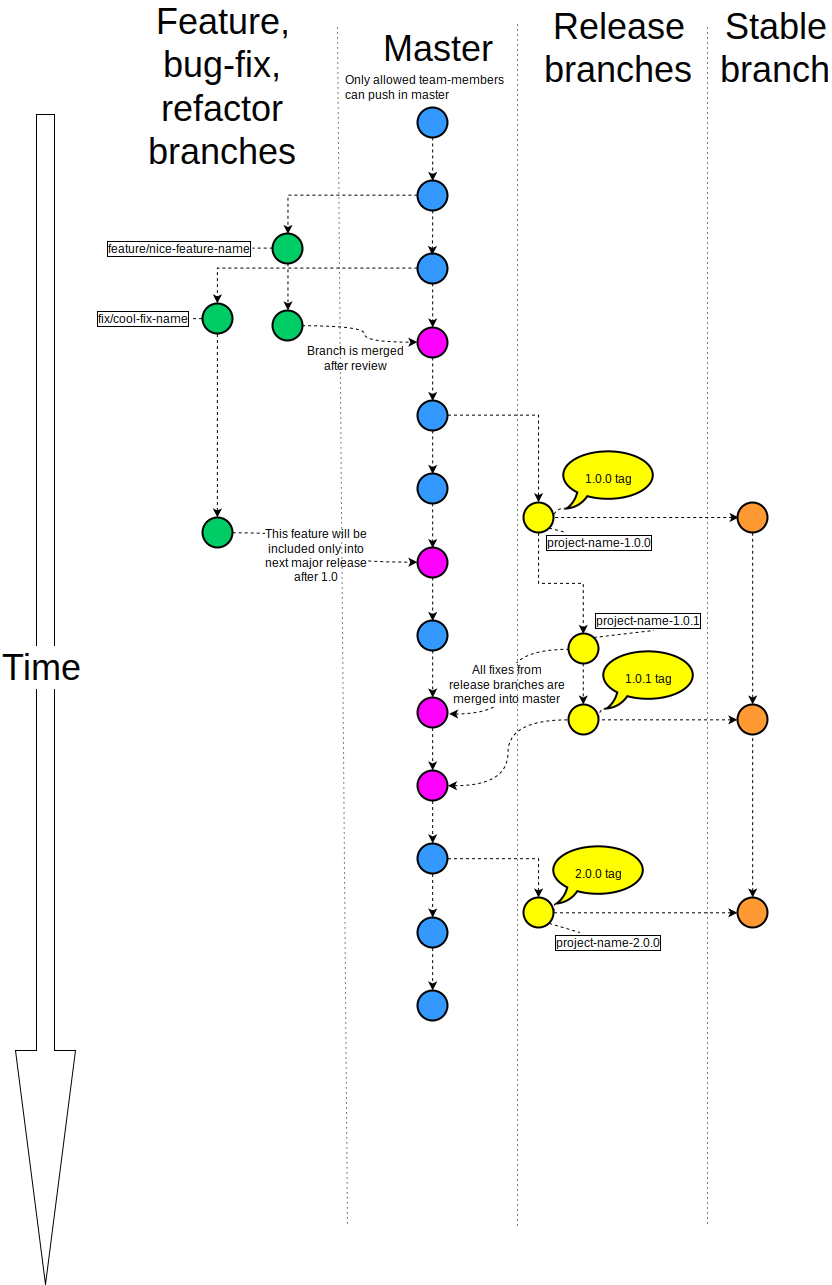
Above: git-flow.png in input-output-hk/cardano-sl-style-guides (draw.io), before the change. Source tidied: cells renumbered, new cells last; positions are measured from the earlier drawing's top-left corner, leaving out a move shared by most shapes.
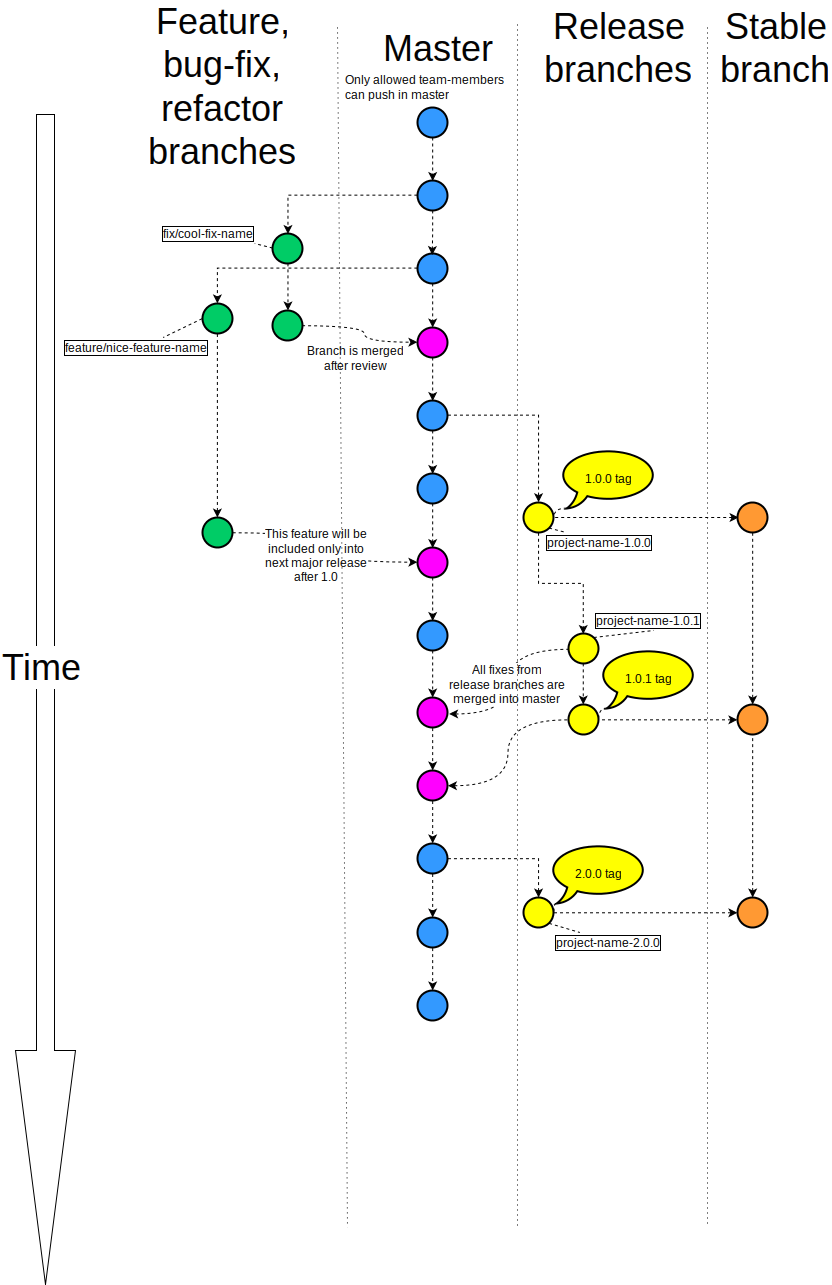
After the change.

Commit message:
git workflow: rename branches on a pic

What changed in the source:
```diff
@@ -227,11 +227,11 @@
     <mxCell id="68" style="edgeStyle=orthogonalEdgeStyle;curved=1;rounded=0;html=1;exitX=0.08;exitY=1;exitPerimeter=0;entryX=1;entryY=0.5;entryPerimeter=0;dashed=1;startArrow=none;startFill=0;endArrow=none;endFill=0;jettySize=auto;fillColor=#FFFF00;" parent="1" edge="1" source="67" target="65">
       <mxGeometry x="518" y="799.3" as="geometry" />
     </mxCell>
-    <mxCell id="69" value="fix/cool-fix-name&lt;br&gt;" style="text;html=1;points=[];align=left;verticalAlign=top;spacingTop=-4;rounded=0;labelBorderColor=#000000;" parent="1" vertex="1">
-      <mxGeometry x="95" y="284" width="95" height="20" as="geometry" />
+    <mxCell id="69" value="feature/nice-feature-name" style="text;html=1;points=[];align=left;verticalAlign=top;spacingTop=-4;rounded=0;labelBorderColor=#000000;" parent="1" vertex="1">
+      <mxGeometry x="62" y="313" width="160" height="20" as="geometry" />
     </mxCell>
-    <mxCell id="70" value="feature/nice-feature-name" style="text;points=[];align=left;verticalAlign=top;spacingTop=-4;rounded=0;labelBorderColor=#000000;html=1;" parent="1" vertex="1">
-      <mxGeometry x="105" y="214" width="147" height="20" as="geometry" />
+    <mxCell id="70" value="fix/cool-fix-name&lt;br&gt;" style="text;points=[];align=left;verticalAlign=top;spacingTop=-4;rounded=0;labelBorderColor=#000000;html=1;" parent="1" vertex="1">
+      <mxGeometry x="160" y="199" width="110" height="20" as="geometry" />
     </mxCell>
     <mxCell id="71" value="project-name-2.0.0" style="text;html=1;points=[];align=left;verticalAlign=top;spacingTop=-4;rounded=0;labelBorderColor=#000000;" parent="1" vertex="1">
       <mxGeometry x="553" y="908" width="120" height="20" as="geometry" />
```
